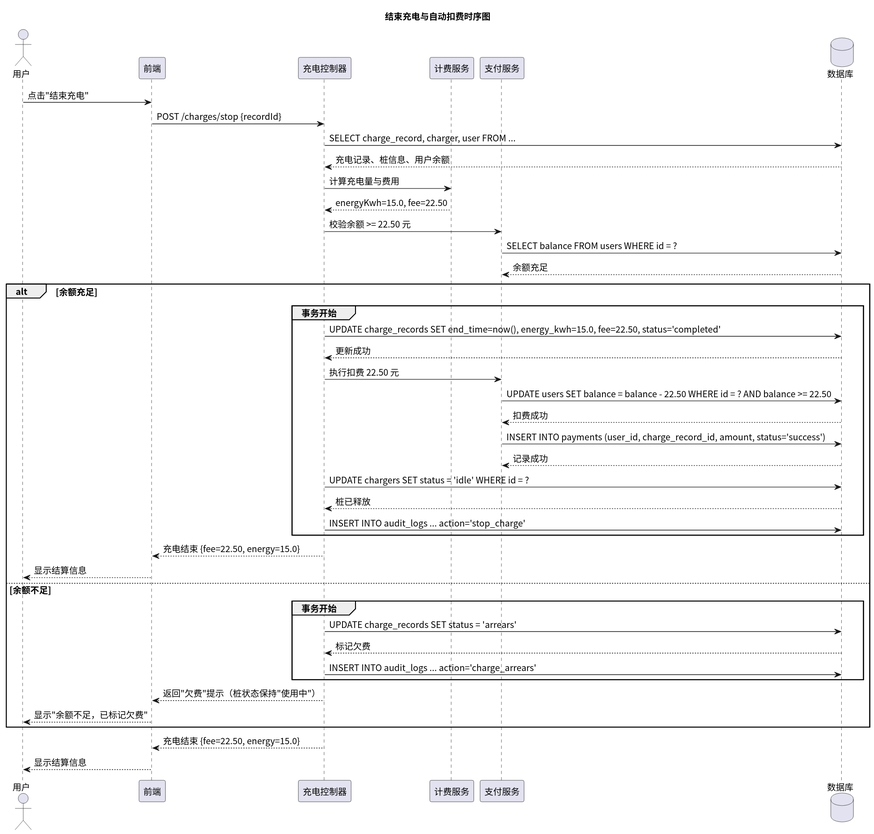
greenhandzdl/charging-station-doc keeps this PlantUML diagram as time/img/sequence_stop_charge.svg. Above is the earlier version.
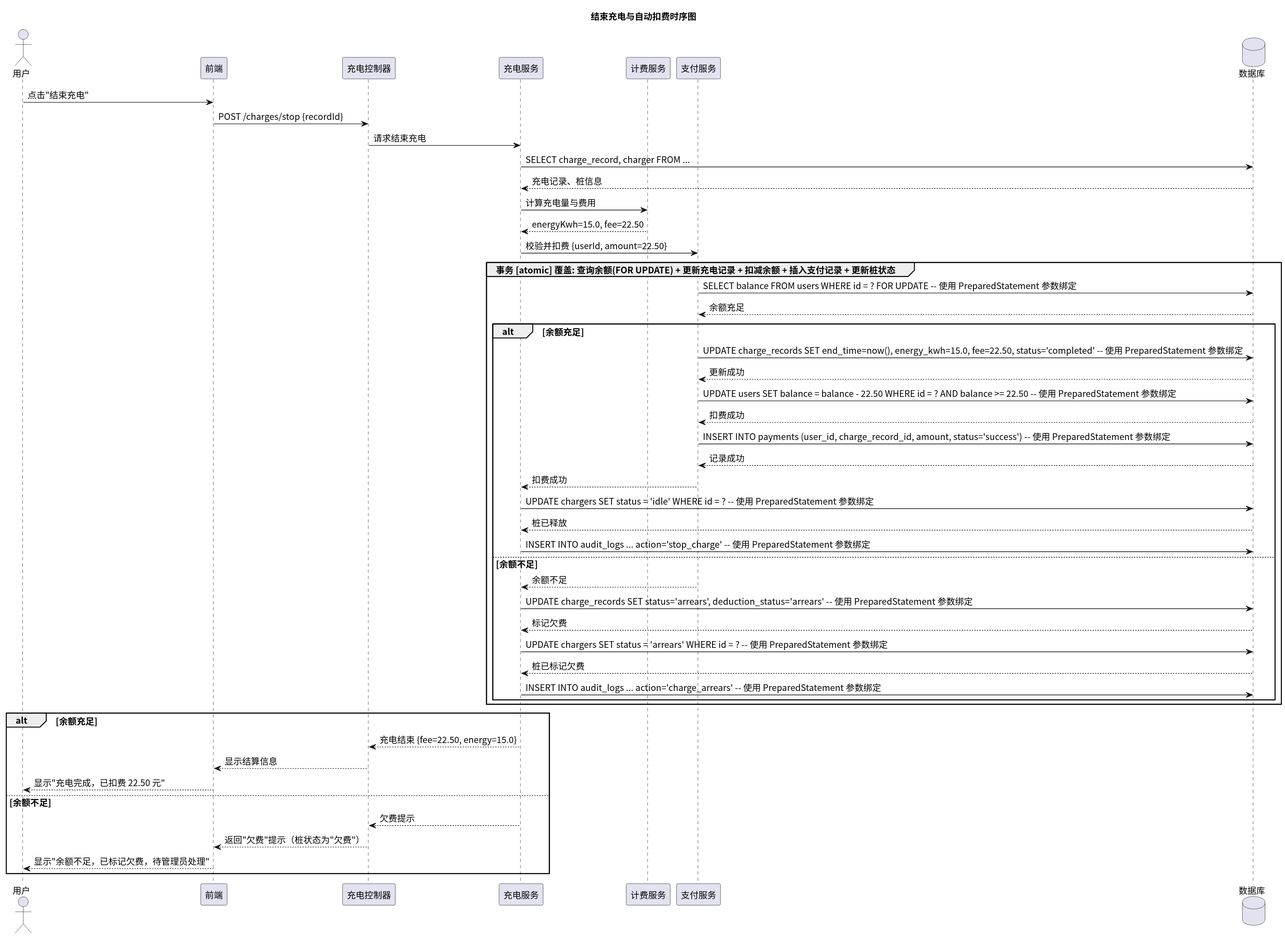
After the commit.

The edit, as a diff of the source:
```diff
@@ -2,55 +2,67 @@
 skinparam defaultFontName "Noto Sans CJK SC"
 skinparam defaultFontSize 14
 title 结束充电与自动扣费时序图
+
 actor 用户 as U
 participant 前端 as FE
 participant 充电控制器 as Ctrl
+participant 充电服务 as Service
 participant 计费服务 as Bill
 participant 支付服务 as Pay
 database 数据库 as DB
 
 U -> FE: 点击"结束充电"
 FE -> Ctrl: POST /charges/stop {recordId}
-Ctrl -> DB: SELECT charge_record, charger, user FROM ...
-DB --> Ctrl: 充电记录、桩信息、用户余额
+Ctrl -> Service: 请求结束充电
 
-Ctrl -> Bill: 计算充电量与费用
-Bill --> Ctrl: energyKwh=15.0, fee=22.50
+Service -> DB: SELECT charge_record, charger FROM ...
+DB --> Service: 充电记录、桩信息
 
-Ctrl -> Pay: 校验余额 >= 22.50 元
-Pay -> DB: SELECT balance FROM users WHERE id = ?
-DB --> Pay: 余额充足
+Service -> Bill: 计算充电量与费用
+Bill --> Service: energyKwh=15.0, fee=22.50
+
+Service -> Pay: 校验并扣费 {userId, amount=22.50}
+
+group 事务 [atomic] 覆盖: 查询余额(FOR UPDATE) + 更新充电记录 + 扣减余额 + 插入支付记录 + 更新桩状态
+  Pay -> DB: SELECT balance FROM users WHERE id = ? FOR UPDATE -- 使用 PreparedStatement 参数绑定
+  DB --> Pay: 余额充足
+
+  alt 余额充足
+    Pay -> DB: UPDATE charge_records SET end_time=now(), energy_kwh=15.0, fee=22.50, status='completed' -- 使用 PreparedStatement 参数绑定
+    DB --> Pay: 更新成功
+
+    Pay -> DB: UPDATE users SET balance = balance - 22.50 WHERE id = ? AND balance >= 22.50 -- 使用 PreparedStatement 参数绑定
+    DB --> Pay: 扣费成功
+
+    Pay -> DB: INSERT INTO payments (user_id, charge_record_id, amount, status='success') -- 使用 PreparedStatement 参数绑定
+    DB --> Pay: 记录成功
+
+    Pay --> Service: 扣费成功
+
+    Service -> DB: UPDATE chargers SET status = 'idle' WHERE id = ? -- 使用 PreparedStatement 参数绑定
+    DB --> Service: 桩已释放
+
+    Service -> DB: INSERT INTO audit_logs ... action='stop_charge' -- 使用 PreparedStatement 参数绑定
+  else 余额不足
+    Pay --> Service: 余额不足
+
+    Service -> DB: UPDATE charge_records SET status='arrears', deduction_status='arrears' -- 使用 PreparedStatement 参数绑定
+    DB --> Service: 标记欠费
+
+    Service -> DB: UPDATE chargers SET status = 'arrears' WHERE id = ? -- 使用 PreparedStatement 参数绑定
+    DB --> Service: 桩已标记欠费
+
+    Service -> DB: INSERT INTO audit_logs ... action='charge_arrears' -- 使用 PreparedStatement 参数绑定
+  end
+end
 
 alt 余额充足
-  group 事务开始
-    Ctrl -> DB: UPDATE charge_records SET end_time=now(), energy_kwh=15.0, fee=22.50, status='completed'
-    DB --> Ctrl: 更新成功
-
-    Ctrl -> Pay: 执行扣费 22.50 元
-    Pay -> DB: UPDATE users SET balance = balance - 22.50 WHERE id = ? AND balance >= 22.50
-    DB --> Pay: 扣费成功
-
-    Pay -> DB: INSERT INTO payments (user_id, charge_record_id, amount, status='success')
-    DB --> Pay: 记录成功
-
-    Ctrl -> DB: UPDATE chargers SET status = 'idle' WHERE id = ?
-    DB --> Ctrl: 桩已释放
-
-    Ctrl -> DB: INSERT INTO audit_logs ... action='stop_charge'
-  end
-  Ctrl --> FE: 充电结束 {fee=22.50, energy=15.0}
-  FE --> U: 显示结算信息
+  Service --> Ctrl: 充电结束 {fee=22.50, energy=15.0}
+  Ctrl --> FE: 显示结算信息
+  FE --> U: 显示"充电完成，已扣费 22.50 元"
 else 余额不足
-  group 事务开始
-    Ctrl -> DB: UPDATE charge_records SET status = 'arrears'
-    DB --> Ctrl: 标记欠费
-
-    Ctrl -> DB: INSERT INTO audit_logs ... action='charge_arrears'
-  end
-  Ctrl --> FE: 返回"欠费"提示（桩状态保持"使用中"）
-  FE --> U: 显示"余额不足，已标记欠费"
+  Service --> Ctrl: 欠费提示
+  Ctrl --> FE: 返回"欠费"提示（桩状态为"欠费"）
+  FE --> U: 显示"余额不足，已标记欠费，待管理员处理"
 end
-
-Ctrl --> FE: 充电结束 {fee=22.50, energy=15.0}
-FE --> U: 显示结算信息
 @enduml
```
